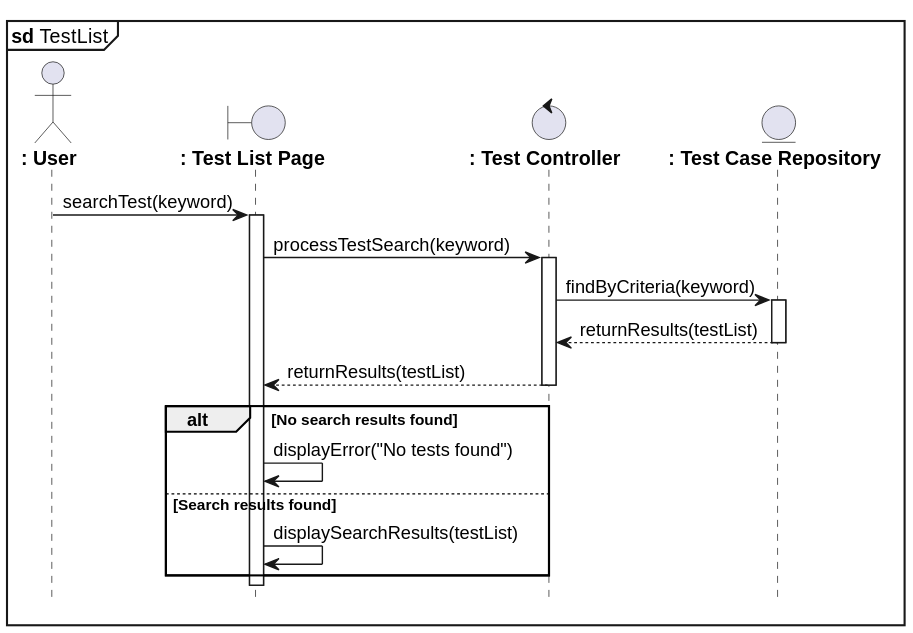
The PlantUML diagram out/cari_test.svg in azrappp/learning_uml2.0_pmul, before a commit.
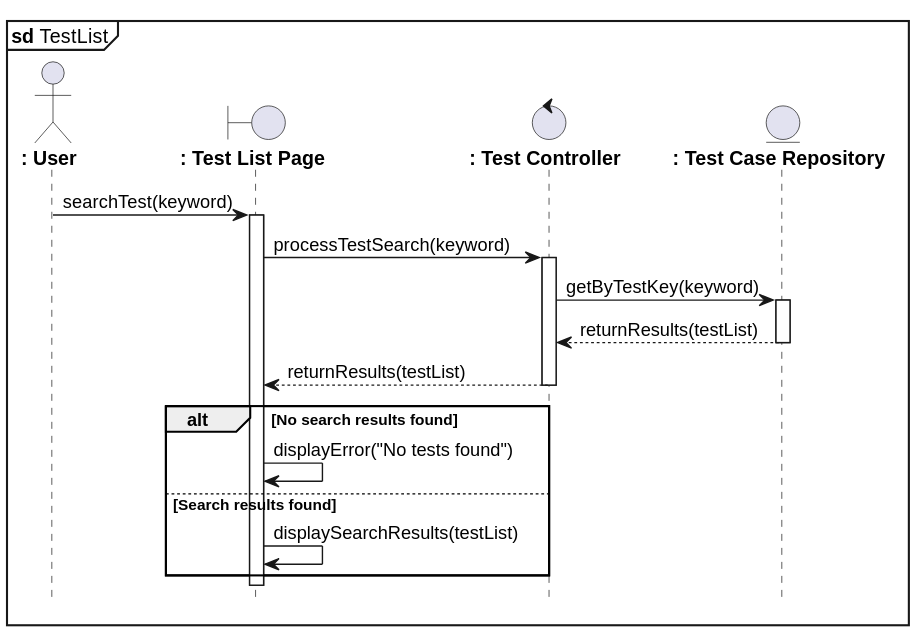
Later version of the same file.

Diff of the diagram source:
```diff
@@ -13,7 +13,7 @@
 TestListPage -> TestController : processTestSearch(keyword)
 activate TestController
 
-TestController -> TestCaseRepository : findByCriteria(keyword)
+TestController -> TestCaseRepository : getByTestKey(keyword)
 activate TestCaseRepository
 TestCaseRepository --> TestController : returnResults(testList)
 deactivate TestCaseRepository
```
